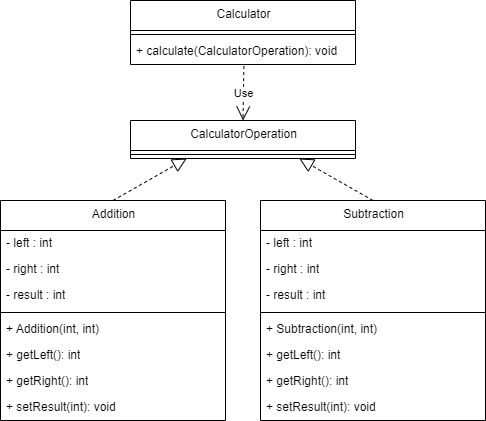
The draw.io diagram assets/OCP_N_TO_P_2.png in willizielke/ASE-UnoGame, before a commit. Source tidied: cells renumbered, new cells last; positions are measured from the earlier drawing's top-left corner, leaving out a move shared by most shapes. Its diagram source:
```xml
<mxGraphModel>
  <root>
    <mxCell id="0" />
    <mxCell id="1" parent="0" />
    <mxCell id="2" value="Addition" style="swimlane;fontStyle=0;align=center;verticalAlign=top;horizontal=1;startSize=30;html=1;" parent="1" vertex="1">
      <mxGeometry y="200" width="225" height="220" as="geometry" />
    </mxCell>
    <mxCell id="3" value="- left : int" style="text;html=1;strokeColor=none;fillColor=none;align=left;verticalAlign=middle;spacingLeft=4;spacingRight=4;overflow=hidden;" parent="2" vertex="1">
      <mxGeometry y="30" width="225" height="26" as="geometry" />
    </mxCell>
    <mxCell id="4" value="- right : int" style="text;html=1;strokeColor=none;fillColor=none;align=left;verticalAlign=middle;spacingLeft=4;spacingRight=4;overflow=hidden;" parent="2" vertex="1">
      <mxGeometry y="56" width="225" height="26" as="geometry" />
    </mxCell>
    <mxCell id="5" value="- result : int" style="text;html=1;strokeColor=none;fillColor=none;align=left;verticalAlign=middle;spacingLeft=4;spacingRight=4;overflow=hidden;" parent="2" vertex="1">
      <mxGeometry y="82" width="225" height="26" as="geometry" />
    </mxCell>
    <mxCell id="6" style="line;strokeWidth=1;fillColor=none;align=left;verticalAlign=middle;spacingTop=-1;spacingLeft=3;spacingRight=3;labelPosition=right;" parent="2" vertex="1">
      <mxGeometry y="108" width="225" height="8" as="geometry" />
    </mxCell>
    <mxCell id="7" value="+ Addition(int, int)" style="text;html=1;strokeColor=none;fillColor=none;align=left;verticalAlign=middle;spacingLeft=4;spacingRight=4;overflow=hidden;" parent="2" vertex="1">
      <mxGeometry y="116" width="225" height="26" as="geometry" />
    </mxCell>
    <mxCell id="8" value="+ getLeft(): int" style="text;html=1;strokeColor=none;fillColor=none;align=left;verticalAlign=middle;spacingLeft=4;spacingRight=4;overflow=hidden;" parent="2" vertex="1">
      <mxGeometry y="142" width="225" height="26" as="geometry" />
    </mxCell>
    <mxCell id="9" value="+ getRight(): int" style="text;html=1;strokeColor=none;fillColor=none;align=left;verticalAlign=middle;spacingLeft=4;spacingRight=4;overflow=hidden;" parent="2" vertex="1">
      <mxGeometry y="168" width="225" height="26" as="geometry" />
    </mxCell>
    <mxCell id="10" value="+ setResult(int): void" style="text;html=1;strokeColor=none;fillColor=none;align=left;verticalAlign=middle;spacingLeft=4;spacingRight=4;overflow=hidden;" parent="2" vertex="1">
      <mxGeometry y="194" width="225" height="26" as="geometry" />
    </mxCell>
    <mxCell id="11" value="Calculator" style="swimlane;fontStyle=0;align=center;verticalAlign=top;horizontal=1;startSize=30;html=1;" parent="1" vertex="1">
      <mxGeometry x="130" width="225" height="64" as="geometry" />
    </mxCell>
    <mxCell id="12" style="line;strokeWidth=1;fillColor=none;align=left;verticalAlign=middle;spacingTop=-1;spacingLeft=3;spacingRight=3;labelPosition=right;" parent="11" vertex="1">
      <mxGeometry y="30" width="225" height="8" as="geometry" />
    </mxCell>
    <mxCell id="13" value="+ calculate(CalculatorOperation): void" style="text;html=1;strokeColor=none;fillColor=none;align=left;verticalAlign=middle;spacingLeft=4;spacingRight=4;overflow=hidden;points=[[0,0.5],[1,0.5]];portConstraint=eastwest;" parent="11" vertex="1">
      <mxGeometry y="38" width="225" height="26" as="geometry" />
    </mxCell>
    <mxCell id="14" value="CalculatorOperation" style="swimlane;fontStyle=0;align=center;verticalAlign=top;horizontal=1;startSize=30;html=1;" parent="1" vertex="1">
      <mxGeometry x="130" y="120" width="225" height="38" as="geometry" />
    </mxCell>
    <mxCell id="15" style="line;strokeWidth=1;fillColor=none;align=left;verticalAlign=middle;spacingTop=-1;spacingLeft=3;spacingRight=3;labelPosition=right;" parent="14" vertex="1">
      <mxGeometry y="30" width="225" height="8" as="geometry" />
    </mxCell>
    <mxCell id="16" value="Subtraction" style="swimlane;fontStyle=0;align=center;verticalAlign=top;horizontal=1;startSize=30;html=1;" parent="1" vertex="1">
      <mxGeometry x="260" y="200" width="225" height="220" as="geometry" />
    </mxCell>
    <mxCell id="17" value="- left : int" style="text;html=1;strokeColor=none;fillColor=none;align=left;verticalAlign=middle;spacingLeft=4;spacingRight=4;overflow=hidden;" parent="16" vertex="1">
      <mxGeometry y="30" width="225" height="26" as="geometry" />
    </mxCell>
    <mxCell id="18" value="- right : int" style="text;html=1;strokeColor=none;fillColor=none;align=left;verticalAlign=middle;spacingLeft=4;spacingRight=4;overflow=hidden;" parent="16" vertex="1">
      <mxGeometry y="56" width="225" height="26" as="geometry" />
    </mxCell>
    <mxCell id="19" value="- result : int" style="text;html=1;strokeColor=none;fillColor=none;align=left;verticalAlign=middle;spacingLeft=4;spacingRight=4;overflow=hidden;" parent="16" vertex="1">
      <mxGeometry y="82" width="225" height="26" as="geometry" />
    </mxCell>
    <mxCell id="20" style="line;strokeWidth=1;fillColor=none;align=left;verticalAlign=middle;spacingTop=-1;spacingLeft=3;spacingRight=3;labelPosition=right;" parent="16" vertex="1">
      <mxGeometry y="108" width="225" height="8" as="geometry" />
    </mxCell>
    <mxCell id="21" value="+ Subtraction(int, int)" style="text;html=1;strokeColor=none;fillColor=none;align=left;verticalAlign=middle;spacingLeft=4;spacingRight=4;overflow=hidden;" parent="16" vertex="1">
      <mxGeometry y="116" width="225" height="26" as="geometry" />
    </mxCell>
    <mxCell id="22" value="+ getLeft(): int" style="text;html=1;strokeColor=none;fillColor=none;align=left;verticalAlign=middle;spacingLeft=4;spacingRight=4;overflow=hidden;" parent="16" vertex="1">
      <mxGeometry y="142" width="225" height="26" as="geometry" />
    </mxCell>
    <mxCell id="23" value="+ getRight(): int" style="text;html=1;strokeColor=none;fillColor=none;align=left;verticalAlign=middle;spacingLeft=4;spacingRight=4;overflow=hidden;" parent="16" vertex="1">
      <mxGeometry y="168" width="225" height="26" as="geometry" />
    </mxCell>
    <mxCell id="24" value="+ setResult(int): void" style="text;html=1;strokeColor=none;fillColor=none;align=left;verticalAlign=middle;spacingLeft=4;spacingRight=4;overflow=hidden;" parent="16" vertex="1">
      <mxGeometry y="194" width="225" height="26" as="geometry" />
    </mxCell>
    <mxCell id="25" style="endArrow=block;dashed=1;endFill=0;endSize=12;html=1;rounded=0;exitX=0.5;exitY=0;exitDx=0;exitDy=0;entryX=0.25;entryY=1;entryDx=0;entryDy=0;" parent="1" edge="1" source="2" target="14">
      <mxGeometry relative="1" as="geometry" />
    </mxCell>
    <mxCell id="26" style="endArrow=block;dashed=1;endFill=0;endSize=12;html=1;rounded=0;exitX=0.5;exitY=0;exitDx=0;exitDy=0;entryX=0.75;entryY=1;entryDx=0;entryDy=0;" parent="1" edge="1" source="16" target="14">
      <mxGeometry relative="1" as="geometry" />
    </mxCell>
    <mxCell id="27" value="Use" style="endArrow=open;endSize=12;dashed=1;html=1;rounded=0;entryX=0.5;entryY=0;entryDx=0;entryDy=0;exitX=0.504;exitY=1.06;exitDx=0;exitDy=0;exitPerimeter=0;" parent="1" edge="1" source="13" target="14">
      <mxGeometry relative="1" as="geometry" />
    </mxCell>
  </root>
</mxGraphModel>
```
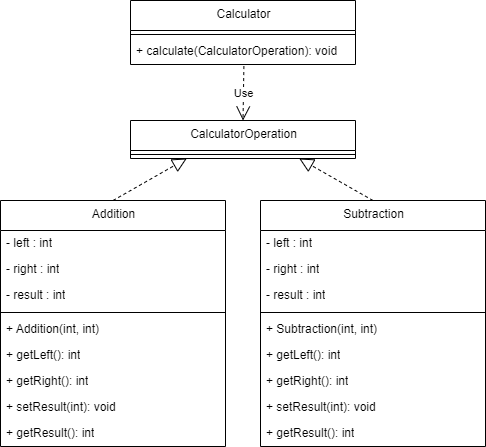
The same diagram one commit later.

What changed in the source:
```diff
@@ -3,7 +3,7 @@
     <mxCell id="0" />
     <mxCell id="1" parent="0" />
     <mxCell id="2" value="Addition" style="swimlane;fontStyle=0;align=center;verticalAlign=top;horizontal=1;startSize=30;html=1;" parent="1" vertex="1">
-      <mxGeometry y="200" width="225" height="220" as="geometry" />
+      <mxGeometry y="200" width="225" height="246" as="geometry" />
     </mxCell>
     <mxCell id="3" value="- left : int" style="text;html=1;strokeColor=none;fillColor=none;align=left;verticalAlign=middle;spacingLeft=4;spacingRight=4;overflow=hidden;" parent="2" vertex="1">
       <mxGeometry y="30" width="225" height="26" as="geometry" />
@@ -29,6 +29,9 @@
     <mxCell id="10" value="+ setResult(int): void" style="text;html=1;strokeColor=none;fillColor=none;align=left;verticalAlign=middle;spacingLeft=4;spacingRight=4;overflow=hidden;" parent="2" vertex="1">
       <mxGeometry y="194" width="225" height="26" as="geometry" />
     </mxCell>
+    <mxCell id="28" value="+ getResult(): int" style="text;html=1;strokeColor=none;fillColor=none;align=left;verticalAlign=middle;spacingLeft=4;spacingRight=4;overflow=hidden;" parent="2" vertex="1">
+      <mxGeometry y="220" width="225" height="26" as="geometry" />
+    </mxCell>
     <mxCell id="11" value="Calculator" style="swimlane;fontStyle=0;align=center;verticalAlign=top;horizontal=1;startSize=30;html=1;" parent="1" vertex="1">
       <mxGeometry x="130" width="225" height="64" as="geometry" />
     </mxCell>
@@ -45,7 +48,7 @@
       <mxGeometry y="30" width="225" height="8" as="geometry" />
     </mxCell>
     <mxCell id="16" value="Subtraction" style="swimlane;fontStyle=0;align=center;verticalAlign=top;horizontal=1;startSize=30;html=1;" parent="1" vertex="1">
-      <mxGeometry x="260" y="200" width="225" height="220" as="geometry" />
+      <mxGeometry x="260" y="200" width="225" height="246" as="geometry" />
     </mxCell>
     <mxCell id="17" value="- left : int" style="text;html=1;strokeColor=none;fillColor=none;align=left;verticalAlign=middle;spacingLeft=4;spacingRight=4;overflow=hidden;" parent="16" vertex="1">
       <mxGeometry y="30" width="225" height="26" as="geometry" />
@@ -71,6 +74,9 @@
     <mxCell id="24" value="+ setResult(int): void" style="text;html=1;strokeColor=none;fillColor=none;align=left;verticalAlign=middle;spacingLeft=4;spacingRight=4;overflow=hidden;" parent="16" vertex="1">
       <mxGeometry y="194" width="225" height="26" as="geometry" />
     </mxCell>
+    <mxCell id="29" value="+ getResult(): int" style="text;html=1;strokeColor=none;fillColor=none;align=left;verticalAlign=middle;spacingLeft=4;spacingRight=4;overflow=hidden;" parent="16" vertex="1">
+      <mxGeometry y="220" width="225" height="26" as="geometry" />
+    </mxCell>
     <mxCell id="25" style="endArrow=block;dashed=1;endFill=0;endSize=12;html=1;rounded=0;exitX=0.5;exitY=0;exitDx=0;exitDy=0;entryX=0.25;entryY=1;entryDx=0;entryDy=0;" parent="1" edge="1" source="2" target="14">
       <mxGeometry relative="1" as="geometry" />
     </mxCell>
```
